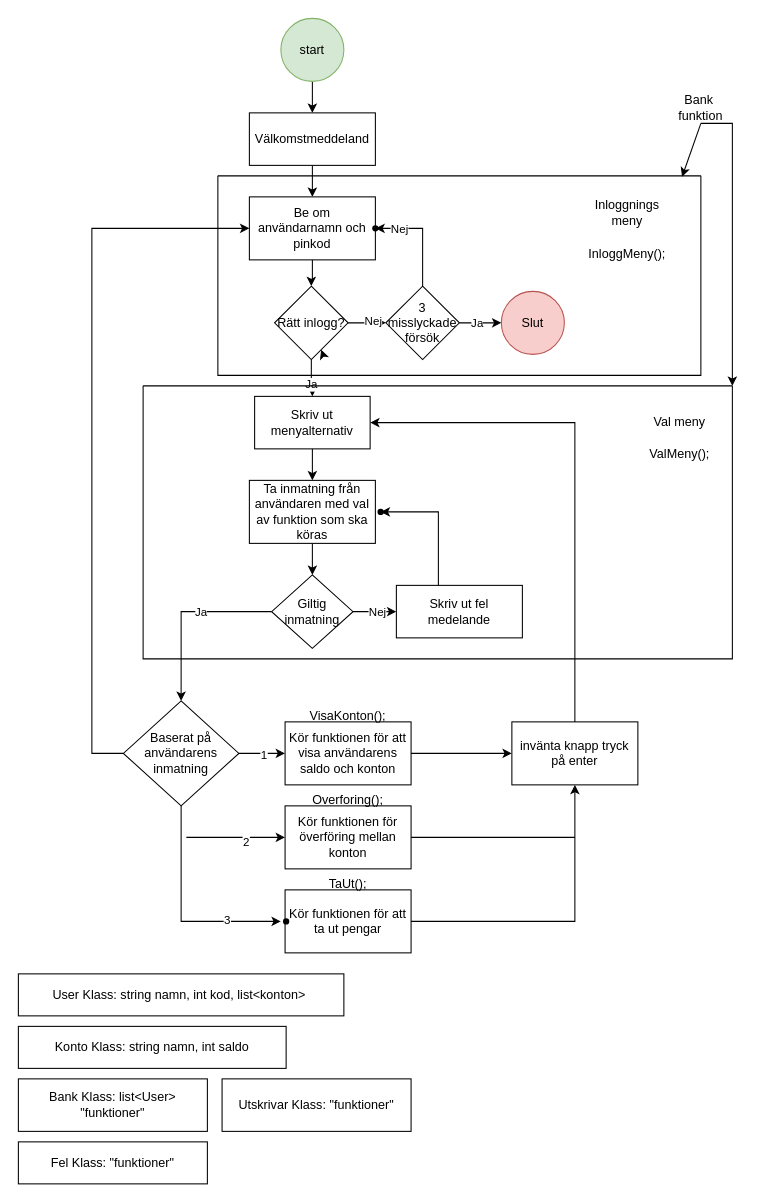
Earlier version of the draw.io diagram Grupparbete1_Baknomaten.drawio (Tronje1/Grupparbete1_bankomaten). Source tidied: cells renumbered, new cells numbered last; positions are measured from the earlier drawing's top-left corner, leaving out a move shared by most shapes. Both pictures are drawn from the tidied source at 105%, with x=0, y=0 at pixel (18, 18).
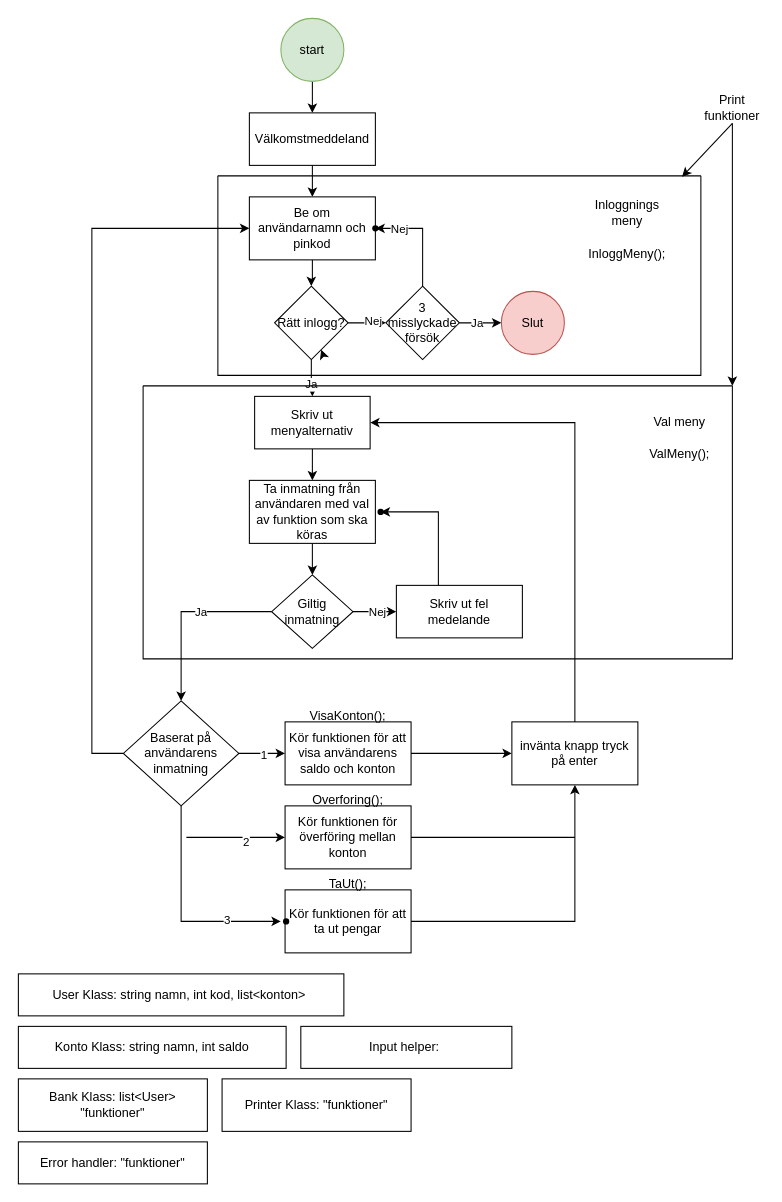
Above is the later version.

What changed in the source:
```diff
@@
-    <mxCell id="54" value="Bank&amp;nbsp; funktion" style="text;html=1;whiteSpace=wrap;strokeColor=none;fillColor=none;align=center;verticalAlign=middle;rounded=0;" parent="1" vertex="1">
-      <mxGeometry x="620" y="70" width="60" height="30" as="geometry" />
+    <mxCell id="54" value="Print funktioner" style="text;html=1;whiteSpace=wrap;strokeColor=none;fillColor=none;align=center;verticalAlign=middle;rounded=0;" parent="1" vertex="1">
+      <mxGeometry x="650" y="70" width="60" height="30" as="geometry" />
     </mxCell>
@@
-    <mxCell id="65" value="Fel Klass: &quot;funktioner&quot;" style="rounded=0;whiteSpace=wrap;html=1;" parent="1" vertex="1">
+    <mxCell id="65" value="Error handler: &quot;funktioner&quot;" style="rounded=0;whiteSpace=wrap;html=1;" parent="1" vertex="1">
       <mxGeometry y="1070" width="180" height="40" as="geometry" />
     </mxCell>
-    <mxCell id="66" value="Utskrivar Klass: &quot;funktioner&quot;" style="rounded=0;whiteSpace=wrap;html=1;" parent="1" vertex="1">
+    <mxCell id="66" value="Printer Klass: &quot;funktioner&quot;" style="rounded=0;whiteSpace=wrap;html=1;" parent="1" vertex="1">
       <mxGeometry x="194" y="1010" width="180" height="50" as="geometry" />
     </mxCell>
+    <mxCell id="67" value="Input helper:&amp;nbsp;" style="rounded=0;whiteSpace=wrap;html=1;" parent="1" vertex="1">
+      <mxGeometry x="269" y="960" width="201" height="40" as="geometry" />
+    </mxCell>
```
